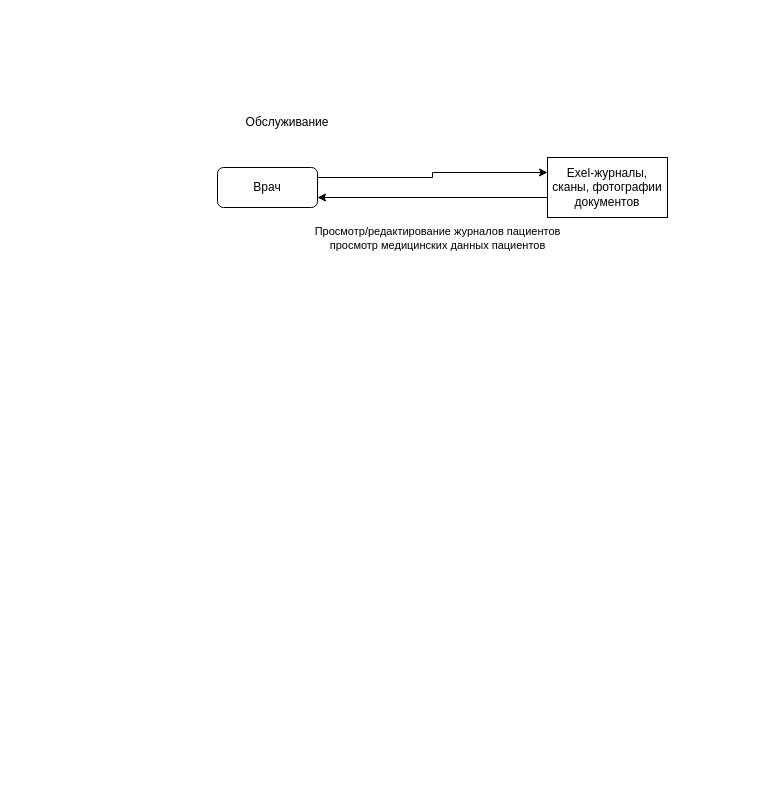
The draw.io diagram task_1/2.drawio in mEssiaHofDarK/architecture-medikamente, before the edit. Source tidied: cells renumbered, new cells numbered last; positions are measured from the earlier drawing's top-left corner, leaving out a move shared by most shapes. Both pictures are drawn from the tidied source at 100%, with x=0, y=0 at pixel (217, 107).
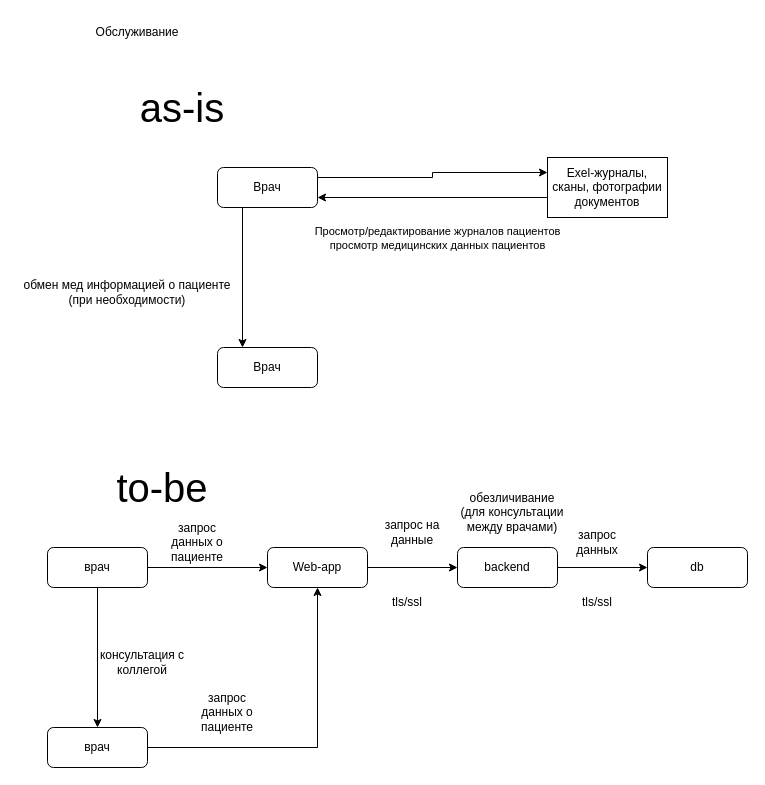
Above is the later version.

Unchanged cells that the change refers to:
```xml
<mxCell id="5" value="Врач" style="rounded=1;whiteSpace=wrap;html=1;fillColor=none;" parent="1" vertex="1">
  <mxGeometry y="60" width="100" height="40" as="geometry" />
</mxCell>
```

Change to the diagram source:
```diff
@@
     <mxCell id="2" value="Обслуживание" style="text;html=1;whiteSpace=wrap;strokeColor=none;fillColor=none;align=center;verticalAlign=middle;rounded=0;" parent="1" vertex="1">
-      <mxGeometry x="20" width="100" height="30" as="geometry" />
+      <mxGeometry x="-130" y="-90" width="100" height="30" as="geometry" />
     </mxCell>
@@
+    <mxCell id="8" style="edgeStyle=orthogonalEdgeStyle;rounded=0;jettySize=auto;html=1;exitX=0.25;exitY=1;exitDx=0;exitDy=0;entryX=0.25;entryY=0;entryDx=0;entryDy=0;" parent="1" edge="1" source="5" target="10">
+      <mxGeometry relative="1" as="geometry" />
+    </mxCell>
@@
+    <mxCell id="9" value="&lt;font style=&quot;font-size: 40px;&quot;&gt;as-is&lt;/font&gt;" style="text;html=1;whiteSpace=wrap;strokeColor=none;fillColor=none;align=center;verticalAlign=middle;rounded=0;" parent="1" vertex="1">
+      <mxGeometry x="-130" y="-40" width="190" height="80" as="geometry" />
+    </mxCell>
+    <mxCell id="10" value="Врач" style="rounded=1;whiteSpace=wrap;html=1;fillColor=none;" parent="1" vertex="1">
+      <mxGeometry y="240" width="100" height="40" as="geometry" />
+    </mxCell>
+    <mxCell id="11" value="обмен мед информацией о пациенте (при необходимости)" style="text;html=1;whiteSpace=wrap;strokeColor=none;fillColor=none;align=center;verticalAlign=middle;rounded=0;" parent="1" vertex="1">
+      <mxGeometry x="-200" y="170" width="220" height="30" as="geometry" />
+    </mxCell>
+    <mxCell id="12" value="&lt;font style=&quot;font-size: 40px;&quot;&gt;to-be&lt;/font&gt;" style="text;html=1;whiteSpace=wrap;strokeColor=none;fillColor=none;align=center;verticalAlign=middle;rounded=0;" parent="1" vertex="1">
+      <mxGeometry x="-150" y="340" width="190" height="80" as="geometry" />
+    </mxCell>
+    <mxCell id="13" style="edgeStyle=orthogonalEdgeStyle;rounded=0;jettySize=auto;html=1;exitX=1;exitY=0.5;exitDx=0;exitDy=0;entryX=0;entryY=0.5;entryDx=0;entryDy=0;" parent="1" edge="1" source="15" target="17">
+      <mxGeometry relative="1" as="geometry" />
+    </mxCell>
+    <mxCell id="14" style="edgeStyle=orthogonalEdgeStyle;rounded=0;jettySize=auto;html=1;exitX=0.5;exitY=1;exitDx=0;exitDy=0;entryX=0.5;entryY=0;entryDx=0;entryDy=0;" parent="1" edge="1" source="15" target="28">
+      <mxGeometry relative="1" as="geometry" />
+    </mxCell>
+    <mxCell id="15" value="врач" style="rounded=1;whiteSpace=wrap;html=1;fillColor=none;" parent="1" vertex="1">
+      <mxGeometry x="-170" y="440" width="100" height="40" as="geometry" />
+    </mxCell>
+    <mxCell id="16" style="edgeStyle=orthogonalEdgeStyle;rounded=0;jettySize=auto;html=1;exitX=1;exitY=0.5;exitDx=0;exitDy=0;entryX=0;entryY=0.5;entryDx=0;entryDy=0;" parent="1" edge="1" source="17" target="20">
+      <mxGeometry relative="1" as="geometry" />
+    </mxCell>
+    <mxCell id="17" value="Web-app" style="rounded=1;whiteSpace=wrap;html=1;fillColor=none;" parent="1" vertex="1">
+      <mxGeometry x="50" y="440" width="100" height="40" as="geometry" />
+    </mxCell>
+    <mxCell id="18" value="запрос данных о пациенте" style="text;html=1;whiteSpace=wrap;strokeColor=none;fillColor=none;align=center;verticalAlign=middle;rounded=0;" parent="1" vertex="1">
+      <mxGeometry x="-50" y="420" width="60" height="30" as="geometry" />
+    </mxCell>
+    <mxCell id="19" style="edgeStyle=orthogonalEdgeStyle;rounded=0;jettySize=auto;html=1;exitX=1;exitY=0.5;exitDx=0;exitDy=0;entryX=0;entryY=0.5;entryDx=0;entryDy=0;" parent="1" edge="1" source="20" target="22">
+      <mxGeometry relative="1" as="geometry" />
+    </mxCell>
+    <mxCell id="20" value="backend" style="rounded=1;whiteSpace=wrap;html=1;fillColor=none;" parent="1" vertex="1">
+      <mxGeometry x="240" y="440" width="100" height="40" as="geometry" />
+    </mxCell>
+    <mxCell id="21" value="запрос на данные" style="text;html=1;whiteSpace=wrap;strokeColor=none;fillColor=none;align=center;verticalAlign=middle;rounded=0;" parent="1" vertex="1">
+      <mxGeometry x="165" y="410" width="60" height="30" as="geometry" />
+    </mxCell>
+    <mxCell id="22" value="db" style="rounded=1;whiteSpace=wrap;html=1;fillColor=none;" parent="1" vertex="1">
+      <mxGeometry x="430" y="440" width="100" height="40" as="geometry" />
+    </mxCell>
+    <mxCell id="23" value="запрос данных" style="text;html=1;whiteSpace=wrap;strokeColor=none;fillColor=none;align=center;verticalAlign=middle;rounded=0;" parent="1" vertex="1">
+      <mxGeometry x="350" y="420" width="60" height="30" as="geometry" />
+    </mxCell>
+    <mxCell id="24" value="tls/ssl" style="text;html=1;whiteSpace=wrap;strokeColor=none;fillColor=none;align=center;verticalAlign=middle;rounded=0;" parent="1" vertex="1">
+      <mxGeometry x="160" y="480" width="60" height="30" as="geometry" />
+    </mxCell>
+    <mxCell id="25" value="tls/ssl" style="text;html=1;whiteSpace=wrap;strokeColor=none;fillColor=none;align=center;verticalAlign=middle;rounded=0;" parent="1" vertex="1">
+      <mxGeometry x="350" y="480" width="60" height="30" as="geometry" />
+    </mxCell>
+    <mxCell id="26" value="обезличивание (для консультации между врачами)" style="text;html=1;whiteSpace=wrap;strokeColor=none;fillColor=none;align=center;verticalAlign=middle;rounded=0;" parent="1" vertex="1">
+      <mxGeometry x="240" y="390" width="110" height="30" as="geometry" />
+    </mxCell>
+    <mxCell id="27" style="edgeStyle=orthogonalEdgeStyle;rounded=0;jettySize=auto;html=1;exitX=1;exitY=0.5;exitDx=0;exitDy=0;entryX=0.5;entryY=1;entryDx=0;entryDy=0;" parent="1" edge="1" source="28" target="17">
+      <mxGeometry relative="1" as="geometry" />
+    </mxCell>
+    <mxCell id="28" value="врач" style="rounded=1;whiteSpace=wrap;html=1;fillColor=none;" parent="1" vertex="1">
+      <mxGeometry x="-170" y="620" width="100" height="40" as="geometry" />
+    </mxCell>
+    <mxCell id="29" value="консультация с коллегой" style="text;html=1;whiteSpace=wrap;strokeColor=none;fillColor=none;align=center;verticalAlign=middle;rounded=0;" parent="1" vertex="1">
+      <mxGeometry x="-120" y="540" width="90" height="30" as="geometry" />
+    </mxCell>
+    <mxCell id="30" value="запрос данных о пациенте" style="text;html=1;whiteSpace=wrap;strokeColor=none;fillColor=none;align=center;verticalAlign=middle;rounded=0;" parent="1" vertex="1">
+      <mxGeometry x="-20" y="590" width="60" height="30" as="geometry" />
+    </mxCell>
```
